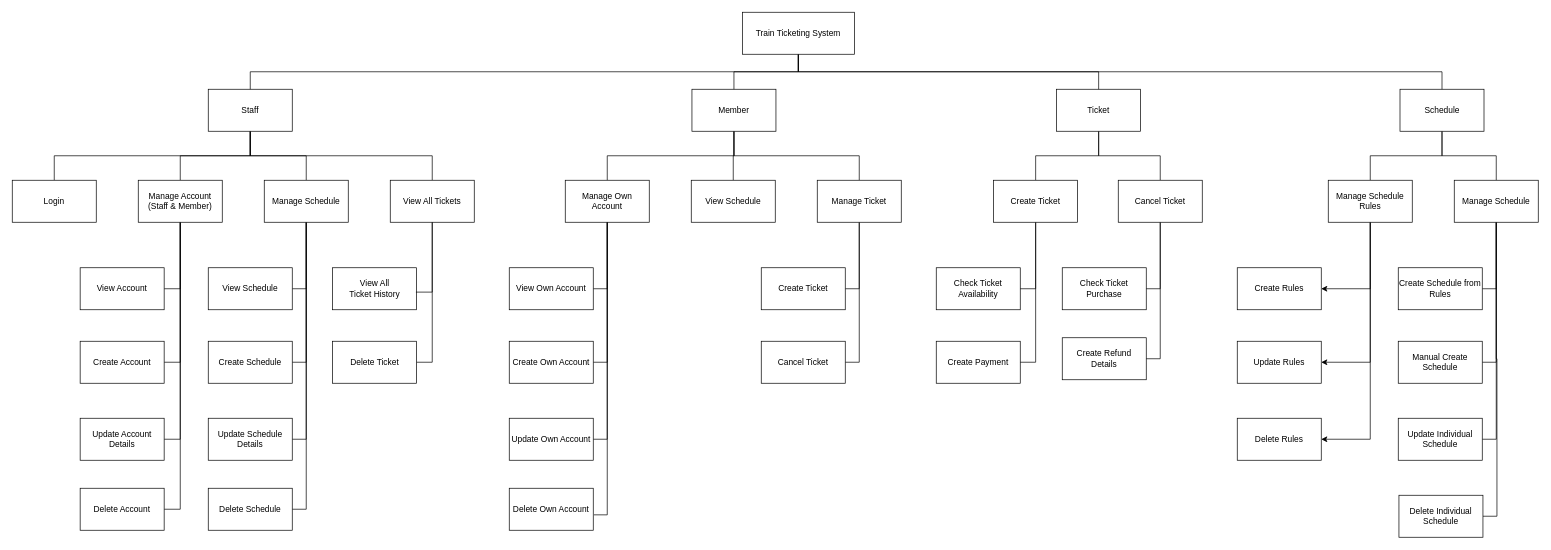
The draw.io diagram diagrams/structure_chart.drawio in Poleric/train-ticketing-system, before the edit. Source tidied: cells renumbered, new cells numbered last; positions are measured from the earlier drawing's top-left corner, leaving out a move shared by most shapes. Both pictures are drawn from the tidied source at 70%, with x=0, y=0 at pixel (12, 12).
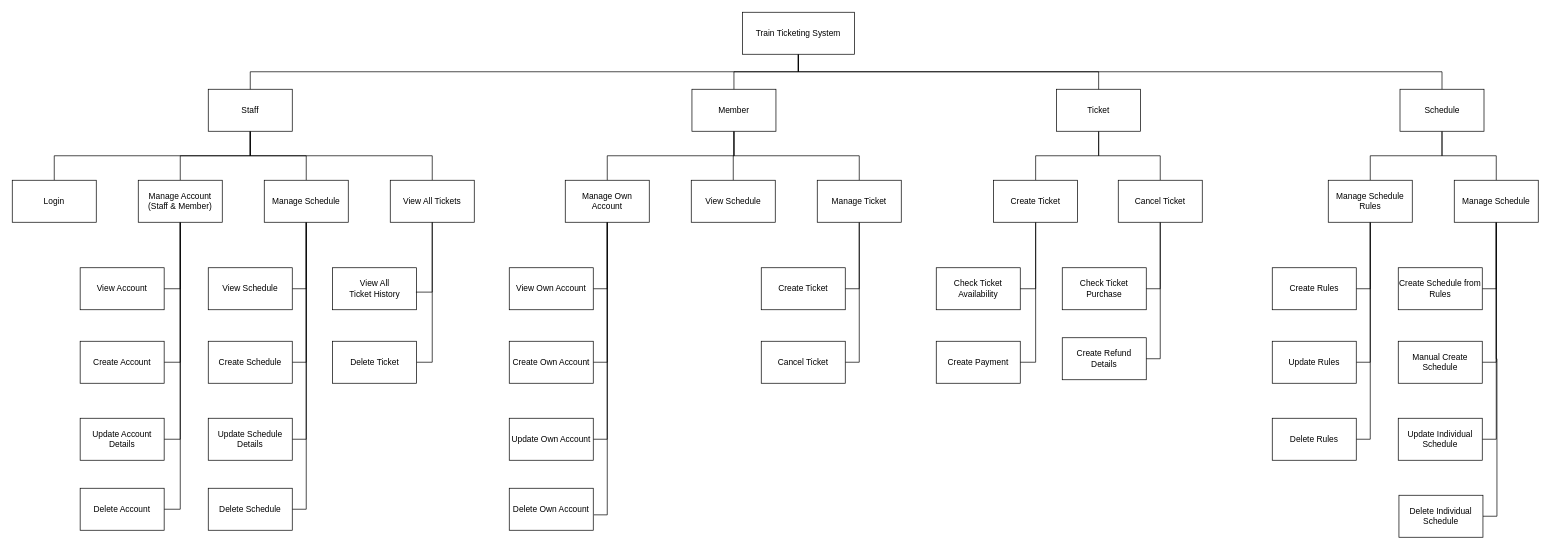
The same diagram, later.

Commit message:
fix line and alignment

The change refers to these unchanged cells:
```xml
<mxCell id="74" value="Manage Schedule Rules" style="rounded=0;whiteSpace=wrap;html=1;" parent="1" vertex="1">
  <mxGeometry x="1880" y="240" width="120" height="60" as="geometry" />
</mxCell>
```

Diff of the diagram source:
```diff
@@
-    <mxCell id="71" style="edgeStyle=orthogonalEdgeStyle;rounded=0;jettySize=auto;html=1;exitX=0.5;exitY=1;exitDx=0;exitDy=0;entryX=1;entryY=0.5;entryDx=0;entryDy=0;" parent="1" edge="1" source="74" target="80">
+    <mxCell id="71" style="edgeStyle=orthogonalEdgeStyle;rounded=0;jettySize=auto;html=1;exitX=0.5;exitY=1;exitDx=0;exitDy=0;entryX=1;entryY=0.5;entryDx=0;entryDy=0;endArrow=none;endFill=0;" parent="1" edge="1" source="74" target="80">
       <mxGeometry relative="1" as="geometry" />
     </mxCell>
-    <mxCell id="72" style="edgeStyle=orthogonalEdgeStyle;rounded=0;jettySize=auto;html=1;exitX=0.5;exitY=1;exitDx=0;exitDy=0;entryX=1;entryY=0.5;entryDx=0;entryDy=0;" parent="1" edge="1" source="74" target="81">
+    <mxCell id="72" style="edgeStyle=orthogonalEdgeStyle;rounded=0;jettySize=auto;html=1;exitX=0.5;exitY=1;exitDx=0;exitDy=0;entryX=1;entryY=0.5;entryDx=0;entryDy=0;endArrow=none;endFill=0;" parent="1" edge="1" source="74" target="81">
       <mxGeometry relative="1" as="geometry" />
     </mxCell>
-    <mxCell id="73" style="edgeStyle=orthogonalEdgeStyle;rounded=0;jettySize=auto;html=1;exitX=0.5;exitY=1;exitDx=0;exitDy=0;entryX=1;entryY=0.5;entryDx=0;entryDy=0;" parent="1" edge="1" source="74" target="82">
+    <mxCell id="73" style="edgeStyle=orthogonalEdgeStyle;rounded=0;jettySize=auto;html=1;exitX=0.5;exitY=1;exitDx=0;exitDy=0;entryX=1;entryY=0.5;entryDx=0;entryDy=0;endArrow=none;endFill=0;" parent="1" edge="1" source="74" target="82">
       <mxGeometry relative="1" as="geometry" />
     </mxCell>
@@
     <mxCell id="80" value="Create Rules" style="rounded=0;whiteSpace=wrap;html=1;" parent="1" vertex="1">
-      <mxGeometry x="1750" y="365" width="120" height="60" as="geometry" />
+      <mxGeometry x="1800" y="365" width="120" height="60" as="geometry" />
     </mxCell>
     <mxCell id="81" value="Update Rules" style="rounded=0;whiteSpace=wrap;html=1;" parent="1" vertex="1">
-      <mxGeometry x="1750" y="470" width="120" height="60" as="geometry" />
+      <mxGeometry x="1800" y="470" width="120" height="60" as="geometry" />
     </mxCell>
     <mxCell id="82" value="Delete Rules" style="rounded=0;whiteSpace=wrap;html=1;" parent="1" vertex="1">
-      <mxGeometry x="1750" y="580" width="120" height="60" as="geometry" />
+      <mxGeometry x="1800" y="580" width="120" height="60" as="geometry" />
     </mxCell>
```
